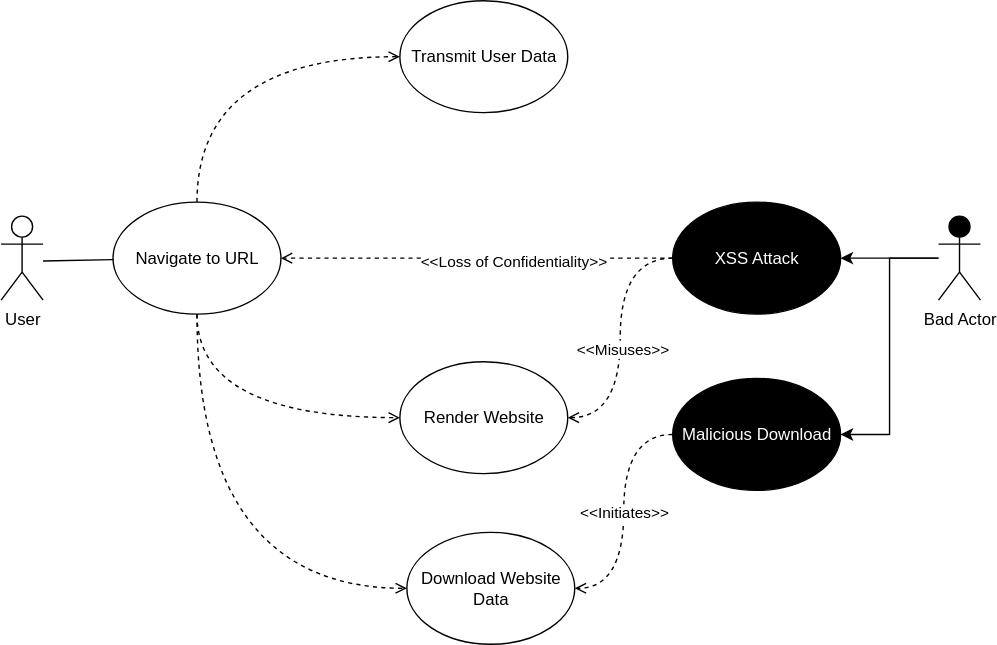
Before: docs/UseCase_Navigate_to_URL.svg, a diagram exported from draw.io (chauler/CYBR8420-Team5-Project). Source tidied: cells renumbered, new cells last; positions are measured from the earlier drawing's top-left corner, leaving out a move shared by most shapes.
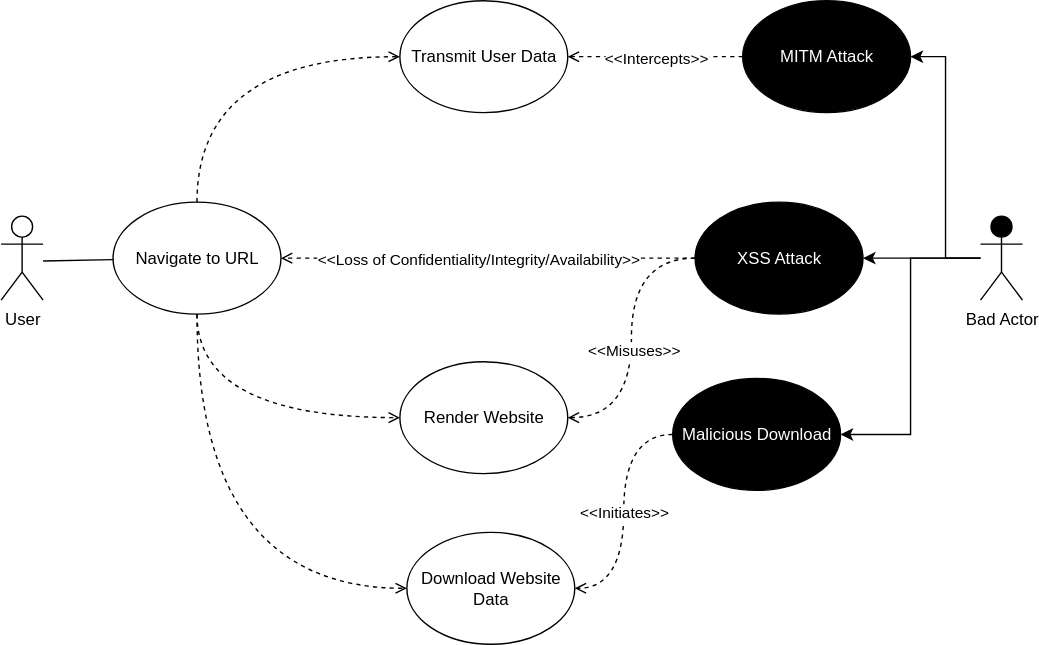
The same file after the commit.

Commit message:
Added MITM misuse case

Change to the diagram source:
```diff
@@ -30,11 +30,14 @@
     <mxCell id="9" style="edgeStyle=orthogonalEdgeStyle;rounded=0;jettySize=auto;html=1;entryX=1;entryY=0.5;entryDx=0;entryDy=0;" parent="1" edge="1" source="10" target="20">
       <mxGeometry relative="1" as="geometry" />
     </mxCell>
+    <mxCell id="24" style="edgeStyle=orthogonalEdgeStyle;rounded=0;jettySize=auto;html=1;entryX=1;entryY=0.5;entryDx=0;entryDy=0;" parent="1" edge="1" source="10" target="25">
+      <mxGeometry relative="1" as="geometry" />
+    </mxCell>
     <mxCell id="10" value="Bad Actor" style="shape=umlActor;verticalLabelPosition=bottom;verticalAlign=top;html=1;outlineConnect=0;fillColor=#000000;" parent="1" vertex="1">
-      <mxGeometry x="670" y="154" width="30" height="60" as="geometry" />
+      <mxGeometry x="700" y="154" width="30" height="60" as="geometry" />
     </mxCell>
     <mxCell id="11" value="XSS Attack" style="ellipse;whiteSpace=wrap;html=1;fillColor=#000000;fontColor=#FFFFFF;" parent="1" vertex="1">
-      <mxGeometry x="480" y="144" width="120" height="80" as="geometry" />
+      <mxGeometry x="496" y="144" width="120" height="80" as="geometry" />
     </mxCell>
     <mxCell id="12" style="edgeStyle=orthogonalEdgeStyle;rounded=1;jettySize=auto;html=1;dashed=1;strokeWidth=1;endFill=0;endArrow=open;curved=1;exitX=0;exitY=0.5;exitDx=0;exitDy=0;entryX=1;entryY=0.5;entryDx=0;entryDy=0;" parent="1" edge="1" source="11" target="5">
       <mxGeometry relative="1" as="geometry" />
@@ -54,8 +57,10 @@
     <mxCell id="17" style="edgeStyle=orthogonalEdgeStyle;curved=1;rounded=0;jettySize=auto;html=1;dashed=1;endArrow=open;endFill=0;strokeWidth=1;exitX=0;exitY=0.5;exitDx=0;exitDy=0;" parent="1" edge="1" source="11" target="7">
       <mxGeometry relative="1" as="geometry" />
     </mxCell>
-    <mxCell id="18" value="&amp;lt;&amp;lt;Loss of Confidentiality&amp;gt;&amp;gt;" style="edgeLabel;html=1;align=center;verticalAlign=middle;" parent="17" vertex="1">
-      <mxGeometry x="-0.18" y="1" relative="1" as="geometry" />
+    <mxCell id="18" value="&amp;lt;&amp;lt;Loss of Confidentiality/Integrity/Availability&amp;gt;&amp;gt;" style="edgeLabel;html=1;align=center;verticalAlign=middle;" parent="17" vertex="1">
+      <mxGeometry x="-0.18" y="1" relative="1" as="geometry">
+        <mxPoint x="-35" y="-1" as="offset" />
+      </mxGeometry>
     </mxCell>
     <mxCell id="19" style="edgeStyle=orthogonalEdgeStyle;rounded=1;jettySize=auto;html=1;entryX=0;entryY=0.5;entryDx=0;entryDy=0;dashed=1;strokeWidth=1;endFill=0;endArrow=open;curved=1;exitX=0.5;exitY=1;exitDx=0;exitDy=0;" parent="1" edge="1" source="7" target="16">
       <mxGeometry relative="1" as="geometry" />
@@ -72,5 +77,14 @@
     <mxCell id="23" value="&amp;lt;&amp;lt;Initiates&amp;gt;&amp;gt;" style="edgeLabel;html=1;align=center;verticalAlign=middle;" parent="21" vertex="1">
       <mxGeometry y="-1" relative="1" as="geometry" />
     </mxCell>
+    <mxCell id="25" value="MITM Attack" style="ellipse;whiteSpace=wrap;html=1;fillColor=#000000;fontColor=#FFFFFF;" parent="1" vertex="1">
+      <mxGeometry x="530" width="120" height="80" as="geometry" />
+    </mxCell>
+    <mxCell id="26" style="edgeStyle=orthogonalEdgeStyle;rounded=1;jettySize=auto;html=1;dashed=1;strokeWidth=1;endFill=0;endArrow=open;curved=1;exitX=0;exitY=0.5;exitDx=0;exitDy=0;entryX=1;entryY=0.5;entryDx=0;entryDy=0;" parent="1" edge="1" source="25" target="14">
+      <mxGeometry relative="1" as="geometry" />
+    </mxCell>
+    <mxCell id="27" value="&amp;lt;&amp;lt;Intercepts&amp;gt;&amp;gt;" style="edgeLabel;html=1;align=center;verticalAlign=middle;" parent="26" vertex="1">
+      <mxGeometry x="0.01" relative="1" as="geometry" />
+    </mxCell>
   </root>
 </mxGraphModel>
```
